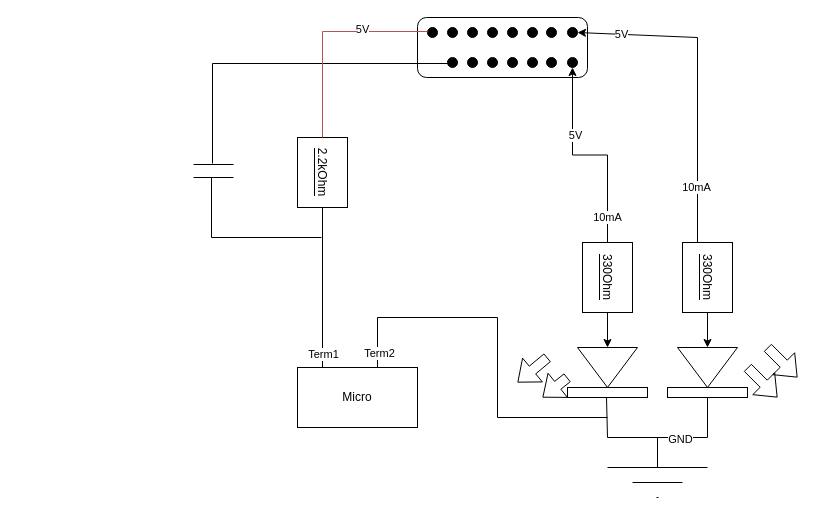
This is Diagramme sans nom.drawio from Augub57/Augub57, a draw.io file, before an edit. Source tidied: cells renumbered, new cells numbered last; positions are measured from the earlier drawing's top-left corner, leaving out a move shared by most shapes. Both pictures are drawn from the tidied source at 100%, with x=0, y=0 at pixel (193, 17).
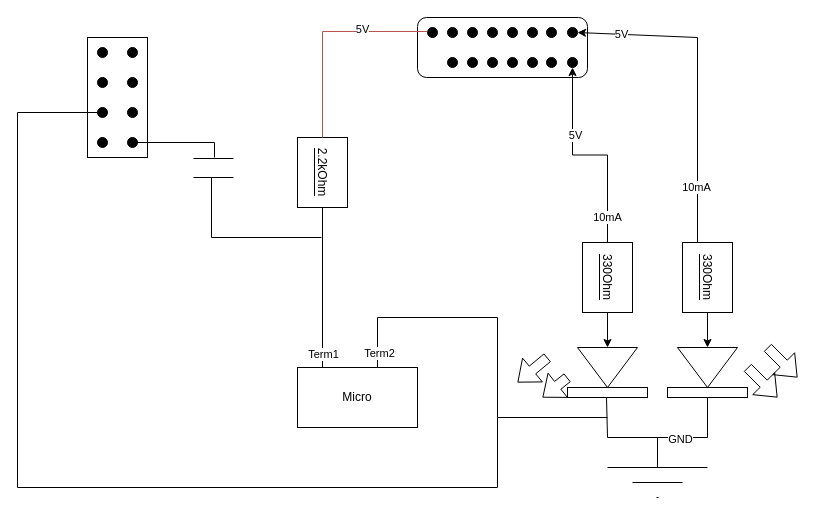
After the change.

Commit message:
Mettre à jour Diagramme sans nom.drawio

Change to the diagram source:
```diff
@@
     <mxCell id="48" style="endArrow=none;html=1;rounded=0;fontColor=#000000;" parent="1" edge="1">
       <mxGeometry relative="1" as="geometry">
-        <mxPoint y="147" as="sourcePoint" />
-        <mxPoint x="40" y="147" as="targetPoint" />
+        <mxPoint y="141" as="sourcePoint" />
+        <mxPoint x="40" y="141" as="targetPoint" />
       </mxGeometry>
     </mxCell>
-    <mxCell id="49" style="endArrow=none;html=1;rounded=0;fontColor=#000000;entryX=0.5;entryY=1;entryDx=0;entryDy=0;" parent="1" edge="1">
-      <mxGeometry relative="1" as="geometry">
-        <mxPoint x="19" y="146" as="sourcePoint" />
-        <mxPoint x="259" y="46" as="targetPoint" />
-        <Array as="points">
-          <mxPoint x="19" y="46" />
-        </Array>
-      </mxGeometry>
-    </mxCell>
@@
+    <mxCell id="53" style="rounded=0;whiteSpace=wrap;html=1;labelBackgroundColor=#FFFFFF;rotation=-90;" parent="1" vertex="1">
+      <mxGeometry x="-136" y="50" width="120" height="60" as="geometry" />
+    </mxCell>
+    <mxCell id="54" style="ellipse;whiteSpace=wrap;html=1;fillColor=#000000;strokeColor=#000000;" parent="1" vertex="1">
+      <mxGeometry x="-96" y="30" width="10" height="10" as="geometry" />
+    </mxCell>
+    <mxCell id="55" style="ellipse;whiteSpace=wrap;html=1;fillColor=#000000;strokeColor=#000000;" parent="1" vertex="1">
+      <mxGeometry x="-96" y="60" width="10" height="10" as="geometry" />
+    </mxCell>
+    <mxCell id="56" style="ellipse;whiteSpace=wrap;html=1;fillColor=#000000;strokeColor=#000000;" parent="1" vertex="1">
+      <mxGeometry x="-96" y="90" width="10" height="10" as="geometry" />
+    </mxCell>
+    <mxCell id="57" style="ellipse;whiteSpace=wrap;html=1;fillColor=#000000;strokeColor=#000000;" parent="1" vertex="1">
+      <mxGeometry x="-96" y="120" width="10" height="10" as="geometry" />
+    </mxCell>
+    <mxCell id="58" style="ellipse;whiteSpace=wrap;html=1;fillColor=#000000;strokeColor=#000000;" parent="1" vertex="1">
+      <mxGeometry x="-66" y="30" width="10" height="10" as="geometry" />
+    </mxCell>
+    <mxCell id="59" style="ellipse;whiteSpace=wrap;html=1;fillColor=#000000;strokeColor=#000000;" parent="1" vertex="1">
+      <mxGeometry x="-66" y="60" width="10" height="10" as="geometry" />
+    </mxCell>
+    <mxCell id="60" style="ellipse;whiteSpace=wrap;html=1;fillColor=#000000;strokeColor=#000000;" parent="1" vertex="1">
+      <mxGeometry x="-66" y="90" width="10" height="10" as="geometry" />
+    </mxCell>
+    <mxCell id="61" style="ellipse;whiteSpace=wrap;html=1;fillColor=#000000;strokeColor=#000000;" parent="1" vertex="1">
+      <mxGeometry x="-66" y="120" width="10" height="10" as="geometry" />
+    </mxCell>
+    <mxCell id="62" style="endArrow=none;html=1;rounded=0;fontColor=#000000;" parent="1" edge="1">
+      <mxGeometry relative="1" as="geometry">
+        <mxPoint x="21" y="140" as="sourcePoint" />
+        <mxPoint x="-61" y="125" as="targetPoint" />
+        <Array as="points">
+          <mxPoint x="21" y="125" />
+        </Array>
+      </mxGeometry>
+    </mxCell>
+    <mxCell id="63" style="endArrow=none;html=1;rounded=0;fontColor=#000000;entryX=0;entryY=0.5;entryDx=0;entryDy=0;" parent="1" edge="1" target="56">
+      <mxGeometry relative="1" as="geometry">
+        <mxPoint x="304" y="400" as="sourcePoint" />
+        <Array as="points">
+          <mxPoint x="304" y="470" />
+          <mxPoint x="-176" y="470" />
+          <mxPoint x="-176" y="95" />
+        </Array>
+      </mxGeometry>
+    </mxCell>
```
